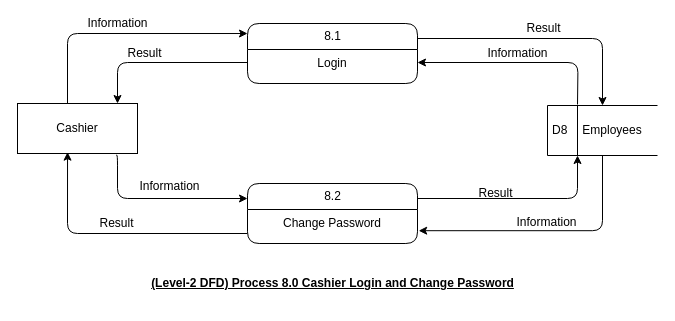
Before: assets/dfd/Cashier/DFD-Level-8.0 - Login and Change Password.drawio in vanluong94/aptech-market-management-system, a draw.io diagram. Source tidied: cells renumbered, new cells numbered last; positions are measured from the earlier drawing's top-left corner, leaving out a move shared by most shapes. Both pictures are drawn from the tidied source at 100%, with x=0, y=0 at pixel (17, 23).
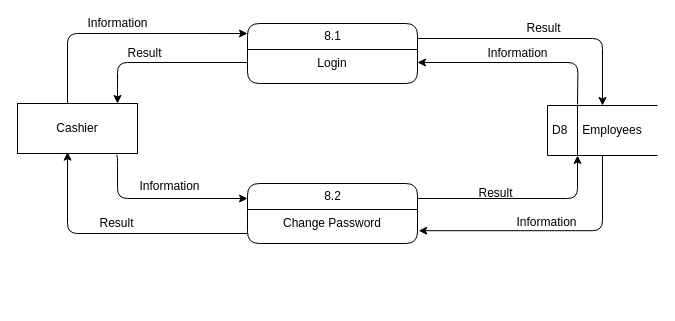
After the change.

Diff of the diagram source:
```diff
@@
-    <mxCell id="2" value="&lt;p class=&quot;MsoNormal&quot; style=&quot;font-size: 12px&quot;&gt;&lt;font style=&quot;font-size: 12px&quot;&gt;&lt;span style=&quot;font-size: 12px&quot;&gt;&lt;b style=&quot;font-size: 12px&quot;&gt;&lt;u style=&quot;font-size: 12px&quot;&gt;(Level-2 DFD) Process 8.0 Cashier Login and Change Password&lt;/u&gt;&lt;/b&gt;&lt;/span&gt;&lt;/font&gt;&lt;br style=&quot;font-size: 12px&quot;&gt;&lt;/p&gt;" style="text;html=1;align=center;verticalAlign=middle;strokeColor=none;fontColor=#000000;fontFamily=Helvetica;fontSize=12;" parent="1" vertex="1">
-      <mxGeometry x="125" y="240" width="380" height="40" as="geometry" />
-    </mxCell>
```
